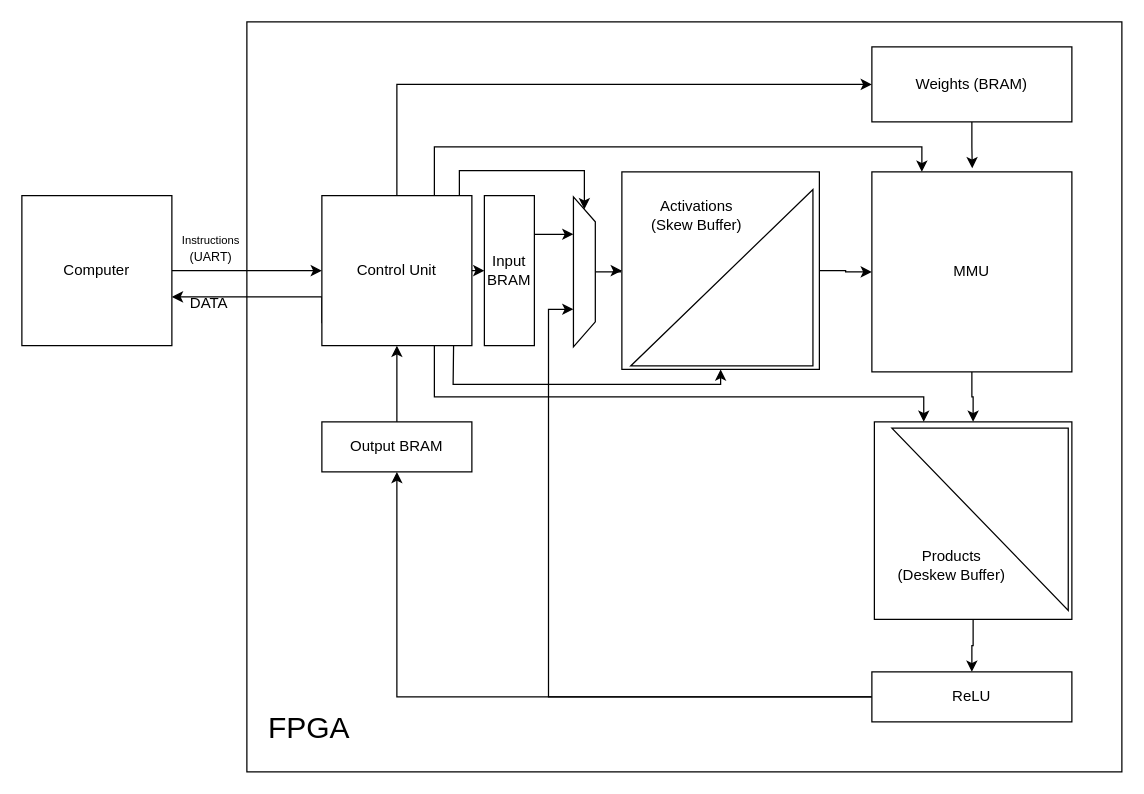
Above: bptpu.drawio in benpegg23/bpTPU (draw.io), before the change. Source tidied: cells renumbered, new cells numbered last; positions are measured from the earlier drawing's top-left corner, leaving out a move shared by most shapes. Both pictures are drawn from the tidied source at 125%, with x=0, y=0 at pixel (21, 21).
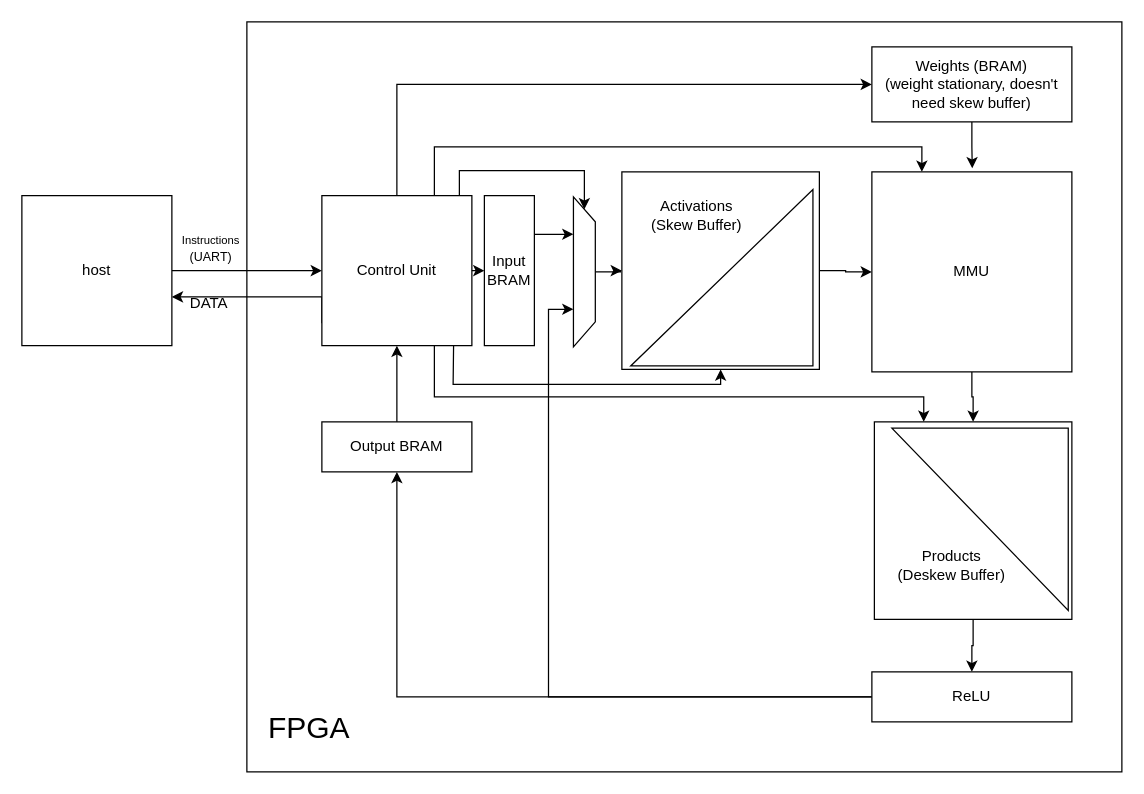
After the change.

Change to the diagram source:
```diff
@@
-    <mxCell id="5" value="Weights (BRAM)" style="rounded=0;whiteSpace=wrap;html=1;" parent="1" vertex="1">
+    <mxCell id="5" value="Weights (BRAM)&lt;br&gt;(weight stationary, doesn't need skew buffer)" style="rounded=0;whiteSpace=wrap;html=1;" parent="1" vertex="1">
       <mxGeometry x="680" y="20" width="160" height="60" as="geometry" />
     </mxCell>
@@
-    <mxCell id="28" value="Computer" style="rounded=0;whiteSpace=wrap;html=1;" parent="1" vertex="1">
+    <mxCell id="28" value="host" style="rounded=0;whiteSpace=wrap;html=1;" parent="1" vertex="1">
       <mxGeometry y="139" width="120" height="120" as="geometry" />
     </mxCell>
```
